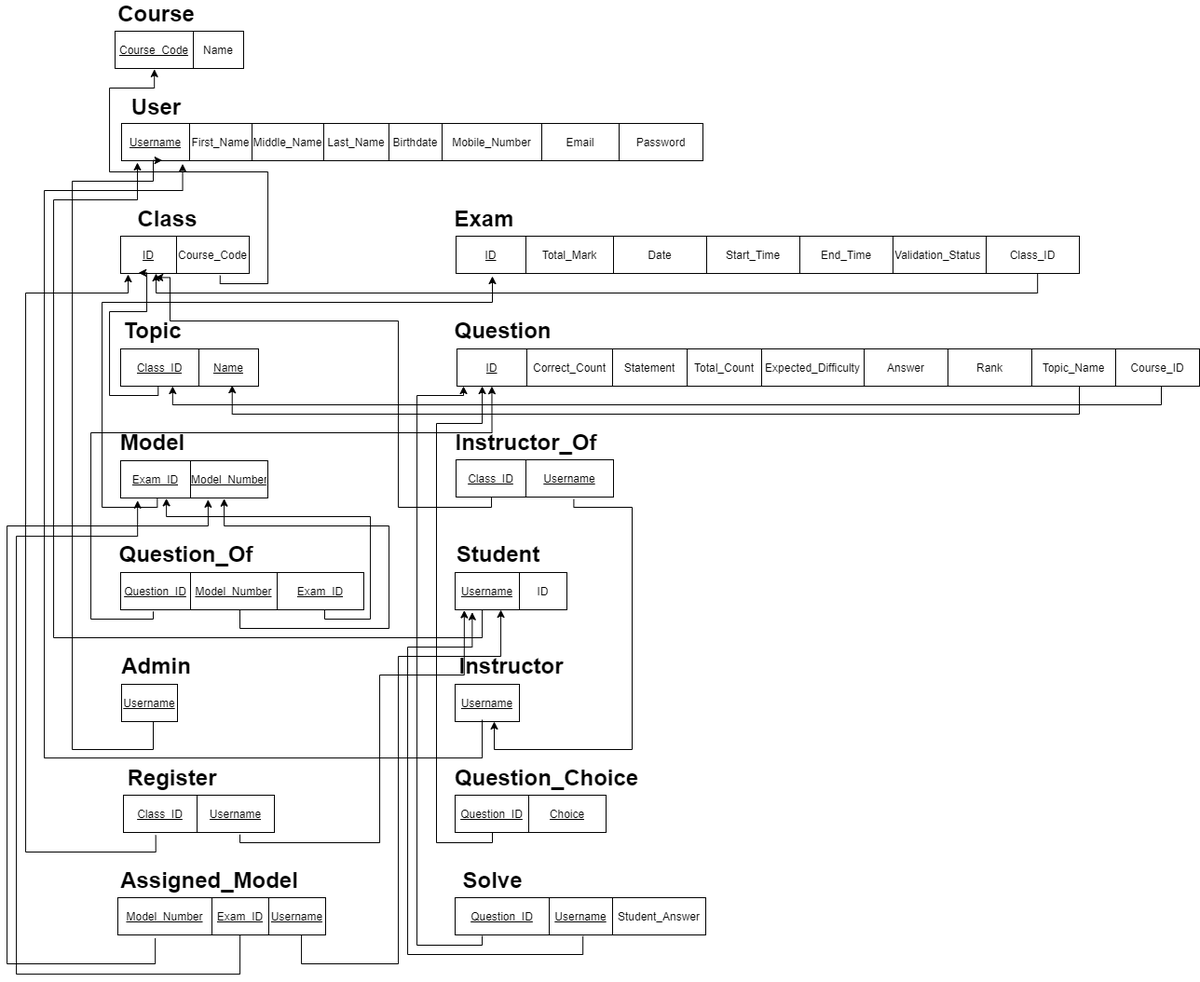
Above: Database Design/schema.png in aymanred121/Examination-Management-System (draw.io), before the change. Source tidied: cells renumbered, new cells last; positions are measured from the earlier drawing's top-left corner, leaving out a move shared by most shapes.
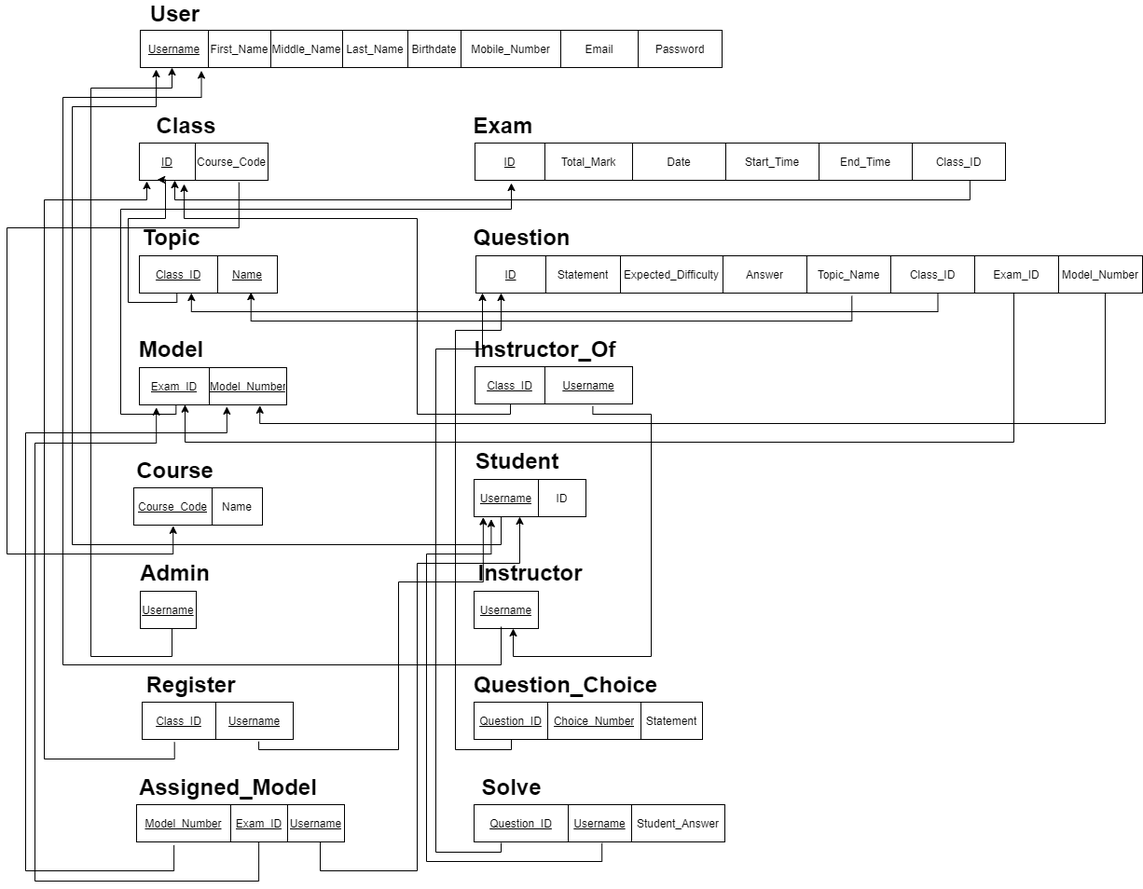
Above is the later version.

Diff of the diagram source:
```diff
@@ -36,38 +36,35 @@
       <mxGeometry x="125" y="100" width="70" height="20" as="geometry" />
     </mxCell>
     <mxCell id="13" style="shape=table;html=1;whiteSpace=wrap;startSize=0;" parent="1" vertex="1">
-      <mxGeometry x="483" y="370" width="797" height="40" as="geometry" />
+      <mxGeometry x="483" y="370" width="715" height="40" as="geometry" />
     </mxCell>
     <mxCell id="14" style="shape=partialRectangle;html=1;whiteSpace=wrap;fillColor=none;top=0;left=0;bottom=0;right=0;points=[[0,0.5],[1,0.5]];portConstraint=eastwest;" parent="13" vertex="1">
-      <mxGeometry width="797" height="40" as="geometry" />
+      <mxGeometry width="715" height="40" as="geometry" />
     </mxCell>
     <mxCell id="15" value="&lt;u&gt;ID&lt;/u&gt;" style="shape=partialRectangle;html=1;whiteSpace=wrap;overflow=hidden;fillColor=none;top=0;left=0;bottom=0;right=0;" parent="14" vertex="1">
       <mxGeometry width="75" height="40" as="geometry" />
     </mxCell>
-    <mxCell id="16" value="Correct_Count" style="shape=partialRectangle;html=1;whiteSpace=wrap;overflow=hidden;fillColor=none;top=0;left=0;bottom=0;right=0;" parent="14" vertex="1">
-      <mxGeometry x="75" width="92" height="40" as="geometry" />
-    </mxCell>
     <mxCell id="17" value="Statement" style="shape=partialRectangle;html=1;whiteSpace=wrap;overflow=hidden;fillColor=none;top=0;left=0;bottom=0;right=0;" parent="14" vertex="1">
-      <mxGeometry x="167" width="80" height="40" as="geometry" />
+      <mxGeometry x="75" width="80" height="40" as="geometry" />
     </mxCell>
-    <mxCell id="18" value="Total_Count" style="shape=partialRectangle;html=1;whiteSpace=wrap;overflow=hidden;fillColor=none;top=0;left=0;bottom=0;right=0;" parent="14" vertex="1">
-      <mxGeometry x="247" width="80" height="40" as="geometry" />
-    </mxCell>
     <mxCell id="19" value="Expected_Difficulty" style="shape=partialRectangle;html=1;whiteSpace=wrap;overflow=hidden;fillColor=none;top=0;left=0;bottom=0;right=0;" parent="14" vertex="1">
-      <mxGeometry x="327" width="110" height="40" as="geometry" />
+      <mxGeometry x="155" width="110" height="40" as="geometry" />
     </mxCell>
     <mxCell id="20" value="Answer" style="shape=partialRectangle;html=1;whiteSpace=wrap;overflow=hidden;fillColor=none;top=0;left=0;bottom=0;right=0;" parent="14" vertex="1">
-      <mxGeometry x="437" width="90" height="40" as="geometry" />
+      <mxGeometry x="265" width="90" height="40" as="geometry" />
     </mxCell>
-    <mxCell id="21" value="Rank" style="shape=partialRectangle;html=1;whiteSpace=wrap;overflow=hidden;fillColor=none;top=0;left=0;bottom=0;right=0;" parent="14" vertex="1">
-      <mxGeometry x="527" width="90" height="40" as="geometry" />
-    </mxCell>
     <mxCell id="22" value="Topic_Name" style="shape=partialRectangle;html=1;whiteSpace=wrap;overflow=hidden;fillColor=none;top=0;left=0;bottom=0;right=0;" parent="14" vertex="1">
-      <mxGeometry x="617" width="90" height="40" as="geometry" />
+      <mxGeometry x="355" width="90" height="40" as="geometry" />
     </mxCell>
-    <mxCell id="23" value="Course_ID" style="shape=partialRectangle;html=1;whiteSpace=wrap;overflow=hidden;fillColor=none;top=0;left=0;bottom=0;right=0;" parent="14" vertex="1">
-      <mxGeometry x="707" width="90" height="40" as="geometry" />
+    <mxCell id="23" value="Class_ID" style="shape=partialRectangle;html=1;whiteSpace=wrap;overflow=hidden;fillColor=none;top=0;left=0;bottom=0;right=0;" parent="14" vertex="1">
+      <mxGeometry x="445" width="90" height="40" as="geometry" />
     </mxCell>
+    <mxCell id="39" value="Exam_ID" style="shape=partialRectangle;html=1;whiteSpace=wrap;overflow=hidden;fillColor=none;top=0;left=0;bottom=0;right=0;" parent="14" vertex="1">
+      <mxGeometry x="535" width="90" height="40" as="geometry" />
+    </mxCell>
+    <mxCell id="38" value="Model_Number" style="shape=partialRectangle;html=1;whiteSpace=wrap;overflow=hidden;fillColor=none;top=0;left=0;bottom=0;right=0;" parent="14" vertex="1">
+      <mxGeometry x="625" width="90" height="40" as="geometry" />
+    </mxCell>
     <mxCell id="24" value="&lt;font size=&quot;1&quot;&gt;&lt;b style=&quot;font-size: 24px&quot;&gt;Question&lt;/b&gt;&lt;/font&gt;" style="text;html=1;align=center;verticalAlign=middle;" parent="1" vertex="1">
       <mxGeometry x="472" y="340" width="120" height="20" as="geometry" />
     </mxCell>
@@ -101,24 +98,6 @@
     <mxCell id="34" value="&lt;font size=&quot;1&quot;&gt;&lt;b style=&quot;font-size: 24px&quot;&gt;Model&lt;/b&gt;&lt;/font&gt;" style="text;html=1;align=center;verticalAlign=middle;" parent="1" vertex="1">
       <mxGeometry x="116" y="460" width="80" height="20" as="geometry" />
     </mxCell>
-    <mxCell id="35" style="shape=table;html=1;whiteSpace=wrap;startSize=0;" parent="1" vertex="1">
-      <mxGeometry x="122" y="610" width="261" height="40" as="geometry" />
-    </mxCell>
-    <mxCell id="36" style="shape=partialRectangle;html=1;whiteSpace=wrap;fillColor=none;top=0;left=0;bottom=0;right=0;points=[[0,0.5],[1,0.5]];portConstraint=eastwest;" parent="35" vertex="1">
-      <mxGeometry width="261" height="40" as="geometry" />
-    </mxCell>
-    <mxCell id="37" value="&lt;u&gt;Question_ID&lt;/u&gt;" style="shape=partialRectangle;html=1;whiteSpace=wrap;overflow=hidden;fillColor=none;top=0;left=0;bottom=0;right=0;" parent="36" vertex="1">
-      <mxGeometry width="75" height="40" as="geometry" />
-    </mxCell>
-    <mxCell id="38" value="&lt;u&gt;Model_Number&lt;/u&gt;" style="shape=partialRectangle;html=1;whiteSpace=wrap;overflow=hidden;fillColor=none;top=0;left=0;bottom=0;right=0;" parent="36" vertex="1">
-      <mxGeometry x="75" width="93" height="40" as="geometry" />
-    </mxCell>
-    <mxCell id="39" value="&lt;u&gt;Exam_ID&lt;/u&gt;" style="shape=partialRectangle;html=1;whiteSpace=wrap;overflow=hidden;fillColor=none;top=0;left=0;bottom=0;right=0;" parent="36" vertex="1">
-      <mxGeometry x="168" width="93" height="40" as="geometry" />
-    </mxCell>
-    <mxCell id="40" value="&lt;font size=&quot;1&quot;&gt;&lt;b style=&quot;font-size: 24px&quot;&gt;Question_Of&lt;/b&gt;&lt;/font&gt;" style="text;html=1;align=center;verticalAlign=middle;" parent="1" vertex="1">
-      <mxGeometry x="112" y="580" width="160" height="20" as="geometry" />
-    </mxCell>
     <mxCell id="41" style="shape=table;html=1;whiteSpace=wrap;startSize=0;" parent="1" vertex="1">
       <mxGeometry x="123" y="730" width="60" height="40" as="geometry" />
     </mxCell>
@@ -147,10 +126,10 @@
       <mxGeometry x="472" y="460" width="170" height="20" as="geometry" />
     </mxCell>
     <mxCell id="50" style="shape=table;html=1;whiteSpace=wrap;startSize=0;" parent="1" vertex="1">
-      <mxGeometry x="482" y="249" width="669" height="40" as="geometry" />
+      <mxGeometry x="482" y="249" width="569" height="40" as="geometry" />
     </mxCell>
     <mxCell id="51" style="shape=partialRectangle;html=1;whiteSpace=wrap;fillColor=none;top=0;left=0;bottom=0;right=0;points=[[0,0.5],[1,0.5]];portConstraint=eastwest;" parent="50" vertex="1">
-      <mxGeometry width="669" height="40" as="geometry" />
+      <mxGeometry width="569" height="40" as="geometry" />
     </mxCell>
     <mxCell id="52" value="&lt;u&gt;ID&lt;/u&gt;" style="shape=partialRectangle;html=1;whiteSpace=wrap;overflow=hidden;fillColor=none;top=0;left=0;bottom=0;right=0;" parent="51" vertex="1">
       <mxGeometry width="75" height="40" as="geometry" />
@@ -167,11 +146,8 @@
     <mxCell id="56" value="End_Time" style="shape=partialRectangle;html=1;whiteSpace=wrap;overflow=hidden;fillColor=none;top=0;left=0;bottom=0;right=0;" parent="51" vertex="1">
       <mxGeometry x="369" width="100" height="40" as="geometry" />
     </mxCell>
-    <mxCell id="57" value="Validation_Status&amp;nbsp;" style="shape=partialRectangle;html=1;whiteSpace=wrap;overflow=hidden;fillColor=none;top=0;left=0;bottom=0;right=0;" parent="51" vertex="1">
-      <mxGeometry x="469" width="100" height="40" as="geometry" />
-    </mxCell>
     <mxCell id="58" value="Class_ID" style="shape=partialRectangle;html=1;whiteSpace=wrap;overflow=hidden;fillColor=none;top=0;left=0;bottom=0;right=0;" parent="51" vertex="1">
-      <mxGeometry x="569" width="100" height="40" as="geometry" />
+      <mxGeometry x="469" width="100" height="40" as="geometry" />
     </mxCell>
     <mxCell id="59" value="&lt;span style=&quot;font-size: 24px&quot;&gt;&lt;b&gt;Exam&lt;/b&gt;&lt;/span&gt;" style="text;html=1;align=center;verticalAlign=middle;" parent="1" vertex="1">
       <mxGeometry x="472" y="220" width="80" height="20" as="geometry" />
@@ -219,17 +195,20 @@
       <mxGeometry x="476" y="700" width="130" height="20" as="geometry" />
     </mxCell>
     <mxCell id="74" style="shape=table;html=1;whiteSpace=wrap;startSize=0;" parent="1" vertex="1">
-      <mxGeometry x="481" y="849" width="162" height="40" as="geometry" />
+      <mxGeometry x="481" y="849" width="245" height="40" as="geometry" />
     </mxCell>
     <mxCell id="75" style="shape=partialRectangle;html=1;whiteSpace=wrap;fillColor=none;top=0;left=0;bottom=0;right=0;points=[[0,0.5],[1,0.5]];portConstraint=eastwest;" parent="74" vertex="1">
-      <mxGeometry width="162" height="40" as="geometry" />
+      <mxGeometry width="245" height="40" as="geometry" />
     </mxCell>
     <mxCell id="76" value="&lt;u&gt;Question_ID&lt;/u&gt;" style="shape=partialRectangle;html=1;whiteSpace=wrap;overflow=hidden;fillColor=none;top=0;left=0;bottom=0;right=0;" parent="75" vertex="1">
       <mxGeometry width="79" height="40" as="geometry" />
     </mxCell>
-    <mxCell id="77" value="&lt;u&gt;Choice&lt;/u&gt;" style="shape=partialRectangle;html=1;whiteSpace=wrap;overflow=hidden;fillColor=none;top=0;left=0;bottom=0;right=0;" parent="75" vertex="1">
-      <mxGeometry x="79" width="83" height="40" as="geometry" />
+    <mxCell id="77" value="&lt;u&gt;Choice_Number&lt;/u&gt;" style="shape=partialRectangle;html=1;whiteSpace=wrap;overflow=hidden;fillColor=none;top=0;left=0;bottom=0;right=0;" parent="75" vertex="1">
+      <mxGeometry x="79" width="100" height="40" as="geometry" />
     </mxCell>
+    <mxCell id="123" value="Statement" style="shape=partialRectangle;html=1;whiteSpace=wrap;overflow=hidden;fillColor=none;top=0;left=0;bottom=0;right=0;" parent="75" vertex="1">
+      <mxGeometry x="179" width="66" height="40" as="geometry" />
+    </mxCell>
     <mxCell id="78" value="&lt;font size=&quot;1&quot;&gt;&lt;b style=&quot;font-size: 24px&quot;&gt;Question_Choice&lt;/b&gt;&lt;/font&gt;" style="text;html=1;align=center;verticalAlign=middle;" parent="1" vertex="1">
       <mxGeometry x="474" y="820" width="210" height="20" as="geometry" />
     </mxCell>
@@ -260,70 +239,38 @@
       <mxGeometry relative="1" as="geometry">
         <mxPoint x="160" y="289" as="targetPoint" />
         <Array as="points">
-          <mxPoint x="1106" y="310" />
+          <mxPoint x="1013" y="310" />
           <mxPoint x="160" y="310" />
         </Array>
       </mxGeometry>
     </mxCell>
-    <mxCell id="82" style="edgeStyle=orthogonalEdgeStyle;rounded=0;jettySize=auto;html=1;entryX=0.377;entryY=1;entryDx=0;entryDy=0;entryPerimeter=0;" parent="1" edge="1" target="63">
+    <mxCell id="82" style="edgeStyle=orthogonalEdgeStyle;rounded=0;jettySize=auto;html=1;entryX=0.377;entryY=1;entryDx=0;entryDy=0;entryPerimeter=0;exitX=0.693;exitY=1.008;exitDx=0;exitDy=0;exitPerimeter=0;" parent="1" edge="1" source="14" target="63">
       <mxGeometry relative="1" as="geometry">
-        <mxPoint x="1239" y="410" as="sourcePoint" />
         <Array as="points">
-          <mxPoint x="1239" y="430" />
+          <mxPoint x="978" y="430" />
           <mxPoint x="178" y="430" />
         </Array>
       </mxGeometry>
     </mxCell>
-    <mxCell id="83" style="edgeStyle=orthogonalEdgeStyle;rounded=0;jettySize=auto;html=1;entryX=0.809;entryY=0.978;entryDx=0;entryDy=0;entryPerimeter=0;" parent="1" edge="1" target="63">
+    <mxCell id="83" style="edgeStyle=orthogonalEdgeStyle;rounded=0;jettySize=auto;html=1;entryX=0.809;entryY=0.978;entryDx=0;entryDy=0;entryPerimeter=0;exitX=0.564;exitY=1.078;exitDx=0;exitDy=0;exitPerimeter=0;" parent="1" edge="1" source="14" target="63">
       <mxGeometry relative="1" as="geometry">
-        <mxPoint x="1151" y="410" as="sourcePoint" />
         <Array as="points">
-          <mxPoint x="1151" y="440" />
+          <mxPoint x="886" y="440" />
           <mxPoint x="242" y="440" />
         </Array>
       </mxGeometry>
     </mxCell>
-    <mxCell id="84" style="edgeStyle=orthogonalEdgeStyle;rounded=0;jettySize=auto;html=1;exitX=0.225;exitY=1.015;exitDx=0;exitDy=0;exitPerimeter=0;entryX=0.269;entryY=1.109;entryDx=0;entryDy=0;entryPerimeter=0;" parent="1" edge="1" source="46" target="70">
+    <mxCell id="84" style="edgeStyle=orthogonalEdgeStyle;rounded=0;jettySize=auto;html=1;exitX=0.225;exitY=1.015;exitDx=0;exitDy=0;exitPerimeter=0;" parent="1" edge="1" source="46">
       <mxGeometry relative="1" as="geometry">
+        <mxPoint x="170" y="293" as="targetPoint" />
         <Array as="points">
           <mxPoint x="520" y="540" />
           <mxPoint x="420" y="540" />
-          <mxPoint x="420" y="340" />
-          <mxPoint x="175" y="340" />
+          <mxPoint x="420" y="330" />
+          <mxPoint x="170" y="330" />
         </Array>
       </mxGeometry>
     </mxCell>
-    <mxCell id="85" style="edgeStyle=orthogonalEdgeStyle;rounded=0;jettySize=auto;html=1;exitX=0.134;exitY=1.043;exitDx=0;exitDy=0;entryX=0.047;entryY=1.004;entryDx=0;entryDy=0;entryPerimeter=0;exitPerimeter=0;" parent="1" edge="1" source="36" target="14">
-      <mxGeometry relative="1" as="geometry">
-        <Array as="points">
-          <mxPoint x="157" y="660" />
-          <mxPoint x="90" y="660" />
-          <mxPoint x="90" y="460" />
-          <mxPoint x="521" y="460" />
-        </Array>
-      </mxGeometry>
-    </mxCell>
-    <mxCell id="86" style="edgeStyle=orthogonalEdgeStyle;rounded=0;jettySize=auto;html=1;exitX=0.839;exitY=1.009;exitDx=0;exitDy=0;entryX=0.311;entryY=1.009;entryDx=0;entryDy=0;entryPerimeter=0;exitPerimeter=0;" parent="1" edge="1" source="36" target="31">
-      <mxGeometry relative="1" as="geometry">
-        <Array as="points">
-          <mxPoint x="341" y="660" />
-          <mxPoint x="390" y="660" />
-          <mxPoint x="390" y="550" />
-          <mxPoint x="171" y="550" />
-        </Array>
-      </mxGeometry>
-    </mxCell>
-    <mxCell id="87" style="edgeStyle=orthogonalEdgeStyle;rounded=0;jettySize=auto;html=1;entryX=0.703;entryY=1.018;entryDx=0;entryDy=0;entryPerimeter=0;" parent="1" edge="1" target="31">
-      <mxGeometry relative="1" as="geometry">
-        <mxPoint x="250" y="650" as="sourcePoint" />
-        <Array as="points">
-          <mxPoint x="250" y="670" />
-          <mxPoint x="410" y="670" />
-          <mxPoint x="410" y="560" />
-          <mxPoint x="233" y="560" />
-        </Array>
-      </mxGeometry>
-    </mxCell>
     <mxCell id="88" style="edgeStyle=orthogonalEdgeStyle;rounded=0;jettySize=auto;html=1;" parent="1" edge="1" source="75" target="14">
       <mxGeometry relative="1" as="geometry">
         <Array as="points">
@@ -344,9 +291,10 @@
         </Array>
       </mxGeometry>
     </mxCell>
-    <mxCell id="90" style="edgeStyle=orthogonalEdgeStyle;rounded=0;jettySize=auto;html=1;entryX=0.07;entryY=0.991;entryDx=0;entryDy=0;entryPerimeter=0;" parent="1" edge="1" target="3">
+    <mxCell id="90" style="edgeStyle=orthogonalEdgeStyle;rounded=0;orthogonalLoop=1;jettySize=auto;html=1;" parent="1" edge="1">
       <mxGeometry relative="1" as="geometry">
         <mxPoint x="157" y="770" as="sourcePoint" />
+        <mxPoint x="157" y="168" as="targetPoint" />
         <Array as="points">
           <mxPoint x="157" y="800" />
           <mxPoint x="70" y="800" />
@@ -446,8 +394,8 @@
         <Array as="points">
           <mxPoint x="510" y="1010" />
           <mxPoint x="440" y="1010" />
-          <mxPoint x="440" y="420" />
-          <mxPoint x="490" y="420" />
+          <mxPoint x="440" y="470" />
+          <mxPoint x="490" y="470" />
         </Array>
       </mxGeometry>
     </mxCell>
@@ -503,10 +451,10 @@
       </mxGeometry>
     </mxCell>
     <mxCell id="117" value="&lt;span style=&quot;font-size: 24px&quot;&gt;&lt;b&gt;Course&lt;/b&gt;&lt;/span&gt;" style="text;html=1;align=center;verticalAlign=middle;" parent="1" vertex="1">
-      <mxGeometry x="110" width="100" height="20" as="geometry" />
+      <mxGeometry x="110" y="590" width="100" height="20" as="geometry" />
     </mxCell>
     <mxCell id="118" style="shape=table;html=1;whiteSpace=wrap;startSize=0;" parent="1" vertex="1">
-      <mxGeometry x="116" y="29" width="138" height="40" as="geometry" />
+      <mxGeometry x="116" y="619" width="138" height="40" as="geometry" />
     </mxCell>
     <mxCell id="119" style="shape=partialRectangle;html=1;whiteSpace=wrap;fillColor=none;top=0;left=0;bottom=0;right=0;points=[[0,0.5],[1,0.5]];portConstraint=eastwest;" parent="118" vertex="1">
       <mxGeometry width="138" height="40" as="geometry" />
@@ -520,14 +468,28 @@
     <mxCell id="122" style="edgeStyle=orthogonalEdgeStyle;rounded=0;jettySize=auto;html=1;exitX=0.774;exitY=1.055;exitDx=0;exitDy=0;entryX=0.306;entryY=1.021;entryDx=0;entryDy=0;entryPerimeter=0;exitPerimeter=0;" parent="1" edge="1" source="70" target="119">
       <mxGeometry relative="1" as="geometry">
         <Array as="points">
-          <mxPoint x="229" y="300" />
-          <mxPoint x="280" y="300" />
-          <mxPoint x="280" y="180" />
-          <mxPoint x="110" y="180" />
-          <mxPoint x="110" y="90" />
-          <mxPoint x="158" y="90" />
+          <mxPoint x="229" y="340" />
+          <mxPoint x="-20" y="340" />
+          <mxPoint x="-20" y="690" />
+          <mxPoint x="158" y="690" />
         </Array>
       </mxGeometry>
     </mxCell>
+    <mxCell id="124" style="edgeStyle=orthogonalEdgeStyle;rounded=0;jettySize=auto;html=1;entryX=0.818;entryY=1.02;entryDx=0;entryDy=0;entryPerimeter=0;exitX=0.944;exitY=1.009;exitDx=0;exitDy=0;exitPerimeter=0;" parent="1" edge="1" source="14" target="31">
+      <mxGeometry relative="1" as="geometry">
+        <Array as="points">
+          <mxPoint x="1158" y="550" />
+          <mxPoint x="251" y="550" />
+        </Array>
+      </mxGeometry>
+    </mxCell>
+    <mxCell id="125" style="edgeStyle=orthogonalEdgeStyle;rounded=0;jettySize=auto;html=1;entryX=0.31;entryY=0.993;entryDx=0;entryDy=0;entryPerimeter=0;exitX=0.807;exitY=0.984;exitDx=0;exitDy=0;exitPerimeter=0;" parent="1" edge="1" source="14" target="31">
+      <mxGeometry relative="1" as="geometry">
+        <Array as="points">
+          <mxPoint x="1060" y="570" />
+          <mxPoint x="171" y="570" />
+        </Array>
+      </mxGeometry>
+    </mxCell>
   </root>
 </mxGraphModel>
```
